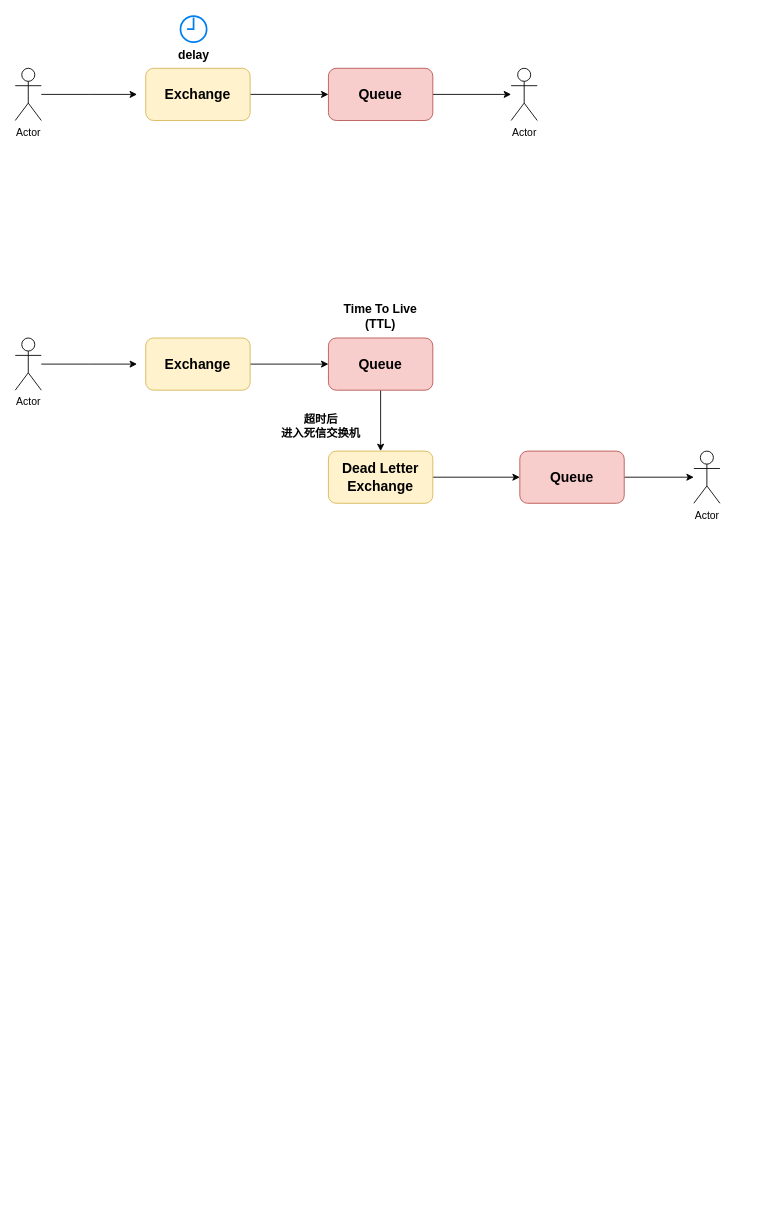
The draw.io diagram 延迟队列.drawio in GeorgeWu19/MyRep, before the edit. Source tidied: cells renumbered, new cells numbered last; positions are measured from the earlier drawing's top-left corner, leaving out a move shared by most shapes. Both pictures are drawn from the tidied source at 87%, with x=0, y=0 at pixel (15, 16).
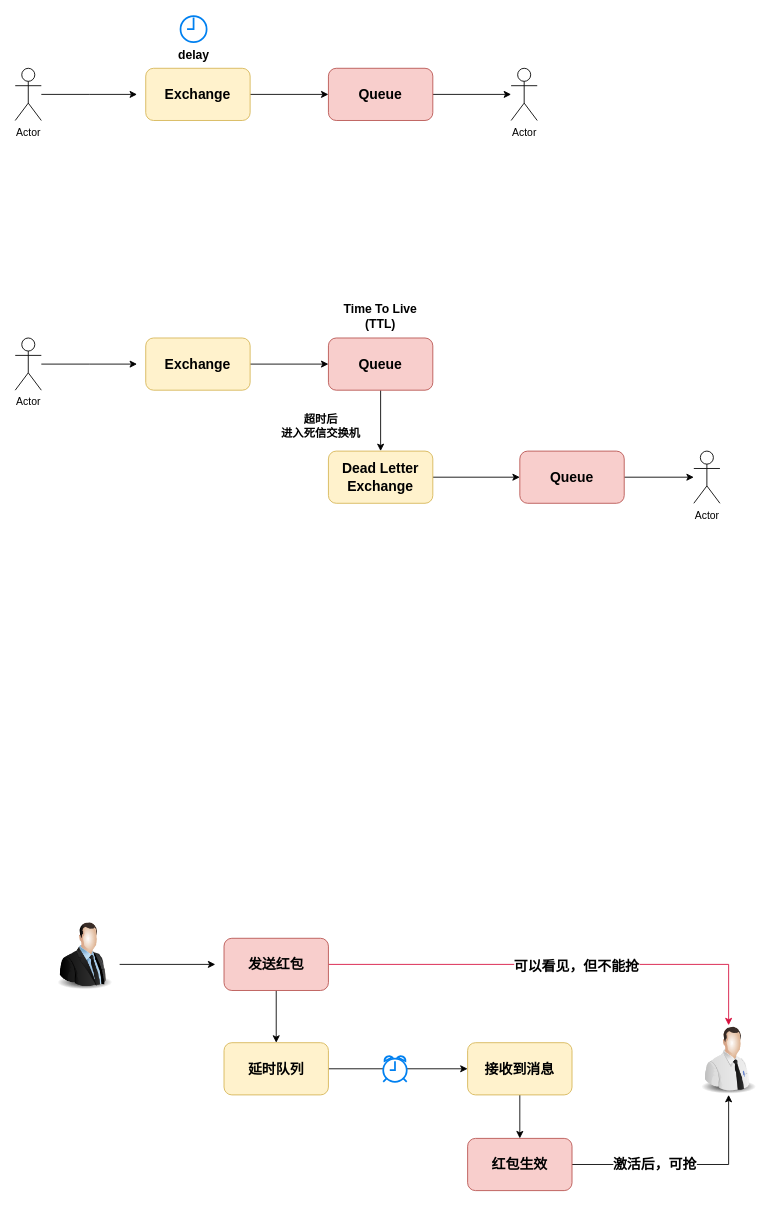
After the change.

Commit message:
更新延迟队列.drawio

What changed in the source:
```diff
@@
+    <mxCell id="23" style="edgeStyle=orthogonalEdgeStyle;rounded=0;jettySize=auto;html=1;exitX=0.5;exitY=1;exitDx=0;exitDy=0;entryX=0.5;entryY=0;entryDx=0;entryDy=0;" parent="1" edge="1" source="26" target="33">
+      <mxGeometry relative="1" as="geometry" />
+    </mxCell>
+    <mxCell id="24" style="edgeStyle=orthogonalEdgeStyle;rounded=0;jettySize=auto;html=1;exitX=1;exitY=0.5;exitDx=0;exitDy=0;strokeColor=#D7113F;" parent="1" edge="1" source="26" target="34">
+      <mxGeometry relative="1" as="geometry" />
+    </mxCell>
+    <mxCell id="25" value="&lt;font style=&quot;font-size: 16px;&quot;&gt;&lt;b&gt;可以看见，但不能抢&lt;/b&gt;&lt;/font&gt;" style="edgeLabel;html=1;align=center;verticalAlign=middle;" parent="24" vertex="1">
+      <mxGeometry x="0.07" y="-1" relative="1" as="geometry" />
+    </mxCell>
+    <mxCell id="26" value="&lt;font style=&quot;font-size: 16px;&quot;&gt;&lt;b&gt;发送红包&lt;/b&gt;&lt;/font&gt;" style="rounded=1;whiteSpace=wrap;html=1;fillColor=#f8cecc;strokeColor=#b85450;" parent="1" vertex="1">
+      <mxGeometry x="240" y="1060" width="120" height="60" as="geometry" />
+    </mxCell>
+    <mxCell id="27" style="edgeStyle=orthogonalEdgeStyle;rounded=0;jettySize=auto;html=1;exitX=1;exitY=0.5;exitDx=0;exitDy=0;" parent="1" edge="1" source="29" target="34">
+      <mxGeometry relative="1" as="geometry" />
+    </mxCell>
+    <mxCell id="28" value="&lt;font style=&quot;font-size: 16px;&quot;&gt;&lt;b&gt;激活后，可抢&lt;/b&gt;&lt;/font&gt;" style="edgeLabel;html=1;align=center;verticalAlign=middle;" parent="27" vertex="1">
+      <mxGeometry x="-0.28" y="1" relative="1" as="geometry" />
+    </mxCell>
+    <mxCell id="29" value="&lt;span style=&quot;font-size: 16px;&quot;&gt;&lt;b&gt;红包生效&lt;/b&gt;&lt;/span&gt;" style="rounded=1;whiteSpace=wrap;html=1;fillColor=#f8cecc;strokeColor=#b85450;" parent="1" vertex="1">
+      <mxGeometry x="520" y="1290" width="120" height="60" as="geometry" />
+    </mxCell>
+    <mxCell id="30" style="edgeStyle=orthogonalEdgeStyle;rounded=0;orthogonalLoop=1;jettySize=auto;html=1;" parent="1" edge="1">
+      <mxGeometry relative="1" as="geometry">
+        <mxPoint x="120" y="1090" as="sourcePoint" />
+        <mxPoint x="230" y="1090" as="targetPoint" />
+      </mxGeometry>
+    </mxCell>
+    <mxCell id="31" style="image;html=1;image=img/lib/clip_art/people/Suit_Man_128x128.png;" parent="1" vertex="1">
+      <mxGeometry x="40" y="1040" width="80" height="80" as="geometry" />
+    </mxCell>
+    <mxCell id="32" style="edgeStyle=orthogonalEdgeStyle;rounded=0;jettySize=auto;html=1;entryX=0.481;entryY=0.5;entryDx=0;entryDy=0;entryPerimeter=0;" parent="1" edge="1" source="33" target="36">
+      <mxGeometry relative="1" as="geometry" />
+    </mxCell>
+    <mxCell id="33" value="&lt;font style=&quot;font-size: 16px;&quot;&gt;&lt;b&gt;延时队列&lt;/b&gt;&lt;/font&gt;" style="rounded=1;whiteSpace=wrap;html=1;fillColor=#fff2cc;strokeColor=#d6b656;" parent="1" vertex="1">
+      <mxGeometry x="240" y="1180" width="120" height="60" as="geometry" />
+    </mxCell>
+    <mxCell id="34" style="image;html=1;image=img/lib/clip_art/people/Tech_Man_128x128.png;" parent="1" vertex="1">
+      <mxGeometry x="780" y="1160" width="80" height="80" as="geometry" />
+    </mxCell>
+    <mxCell id="35" style="edgeStyle=orthogonalEdgeStyle;rounded=0;jettySize=auto;html=1;entryX=0;entryY=0.5;entryDx=0;entryDy=0;" parent="1" edge="1" source="36" target="38">
+      <mxGeometry relative="1" as="geometry" />
+    </mxCell>
+    <mxCell id="36" style="html=1;verticalLabelPosition=bottom;align=center;labelBackgroundColor=#ffffff;verticalAlign=top;strokeWidth=2;strokeColor=#0080F0;shadow=0;dashed=0;shape=mxgraph.ios7.icons.alarm_clock;" parent="1" vertex="1">
+      <mxGeometry x="423" y="1195" width="27" height="30" as="geometry" />
+    </mxCell>
+    <mxCell id="37" style="edgeStyle=orthogonalEdgeStyle;rounded=0;jettySize=auto;html=1;exitX=0.5;exitY=1;exitDx=0;exitDy=0;" parent="1" edge="1" source="38" target="29">
+      <mxGeometry relative="1" as="geometry" />
+    </mxCell>
+    <mxCell id="38" value="&lt;font style=&quot;font-size: 16px;&quot;&gt;&lt;b&gt;接收到消息&lt;/b&gt;&lt;/font&gt;" style="rounded=1;whiteSpace=wrap;html=1;fillColor=#fff2cc;strokeColor=#d6b656;" parent="1" vertex="1">
+      <mxGeometry x="520" y="1180" width="120" height="60" as="geometry" />
+    </mxCell>
```
